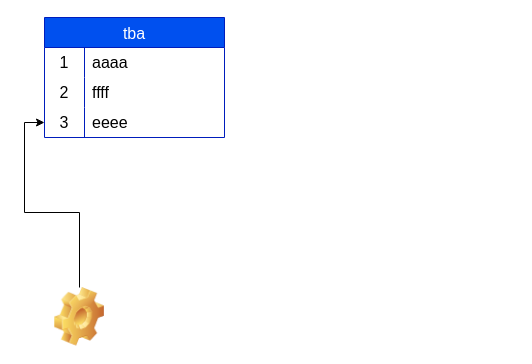
CsmcUsers/Notes keeps this draw.io diagram as aaa.drawio. Above is the earlier version. Source tidied: cells renumbered, new cells numbered last; positions are measured from the earlier drawing's top-left corner, leaving out a move shared by most shapes. Both pictures are drawn from the tidied source at 100%, with x=0, y=0 at pixel (44, 17).
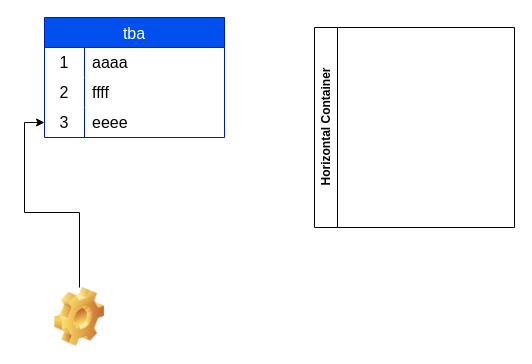
Above is the later version.

What changed in the source:
```diff
@@
 <mxGraphModel>
   <root>
     <mxCell id="0" />
     <mxCell id="1" parent="0" />
     <mxCell id="2" value="tba" style="shape=table;startSize=30;childLayout=tableLayout;rowLines=0;fontStyle=0;fontSize=16;fillColor=#0050ef;fontColor=#ffffff;strokeColor=#001DBC;" parent="1" vertex="1">
       <mxGeometry width="180" height="120" as="geometry" />
     </mxCell>
     <mxCell id="3" style="shape=tableRow;horizontal=0;startSize=0;swimlaneHead=0;swimlaneBody=0;top=0;left=0;bottom=0;right=0;fillColor=none;strokeColor=inherit;fontSize=16;" parent="2" vertex="1">
       <mxGeometry y="30" width="180" height="30" as="geometry" />
     </mxCell>
     <mxCell id="4" value="1" style="shape=partialRectangle;html=1;whiteSpace=wrap;fillColor=none;top=0;left=0;bottom=0;right=0;overflow=hidden;strokeColor=inherit;fontSize=16;" parent="3" vertex="1">
       <mxGeometry width="40" height="30" as="geometry" />
     </mxCell>
     <mxCell id="5" value="aaaa" style="shape=partialRectangle;html=1;whiteSpace=wrap;fillColor=none;top=0;left=0;bottom=0;right=0;align=left;spacingLeft=6;overflow=hidden;strokeColor=inherit;fontSize=16;" parent="3" vertex="1">
       <mxGeometry x="40" width="140" height="30" as="geometry" />
     </mxCell>
     <mxCell id="6" style="shape=tableRow;horizontal=0;startSize=0;swimlaneHead=0;swimlaneBody=0;top=0;left=0;bottom=0;right=0;fillColor=none;strokeColor=inherit;fontSize=16;" parent="2" vertex="1">
       <mxGeometry y="60" width="180" height="30" as="geometry" />
     </mxCell>
     <mxCell id="7" value="2" style="shape=partialRectangle;html=1;whiteSpace=wrap;fillColor=none;top=0;left=0;bottom=0;right=0;overflow=hidden;strokeColor=inherit;fontSize=16;" parent="6" vertex="1">
       <mxGeometry width="40" height="30" as="geometry" />
     </mxCell>
     <mxCell id="8" value="ffff" style="shape=partialRectangle;html=1;whiteSpace=wrap;fillColor=none;top=0;left=0;bottom=0;right=0;align=left;spacingLeft=6;overflow=hidden;strokeColor=inherit;fontSize=16;" parent="6" vertex="1">
       <mxGeometry x="40" width="140" height="30" as="geometry" />
     </mxCell>
     <mxCell id="9" style="shape=tableRow;horizontal=0;startSize=0;swimlaneHead=0;swimlaneBody=0;top=0;left=0;bottom=0;right=0;fillColor=none;points=[[0,0.5],[1,0.5]];portConstraint=eastwest;strokeColor=inherit;fontSize=16;" parent="2" vertex="1">
       <mxGeometry y="90" width="180" height="30" as="geometry" />
     </mxCell>
     <mxCell id="10" value="3" style="shape=partialRectangle;html=1;whiteSpace=wrap;fillColor=none;top=0;left=0;bottom=0;right=0;overflow=hidden;strokeColor=inherit;fontSize=16;" parent="9" vertex="1">
       <mxGeometry width="40" height="30" as="geometry" />
     </mxCell>
     <mxCell id="11" value="eeee" style="shape=partialRectangle;html=1;whiteSpace=wrap;fillColor=none;top=0;left=0;bottom=0;right=0;align=left;spacingLeft=6;overflow=hidden;strokeColor=inherit;fontSize=16;" parent="9" vertex="1">
       <mxGeometry x="40" width="140" height="30" as="geometry" />
     </mxCell>
     <mxCell id="12" style="edgeStyle=orthogonalEdgeStyle;rounded=0;jettySize=auto;html=1;" parent="1" edge="1" source="13" target="9">
       <mxGeometry relative="1" as="geometry" />
     </mxCell>
     <mxCell id="13" style="shape=image;html=1;verticalLabelPosition=bottom;verticalAlign=top;imageAspect=1;image=img/clipart/Gear_128x128.png;rotation=0;" parent="1" vertex="1">
       <mxGeometry x="10" y="270" width="50" height="58.6" as="geometry" />
     </mxCell>
+    <mxCell id="14" value="Horizontal Container" style="swimlane;horizontal=0;whiteSpace=wrap;html=1;" parent="1" vertex="1">
+      <mxGeometry x="270" y="10" width="200" height="200" as="geometry" />
+    </mxCell>
   </root>
 </mxGraphModel>
```
